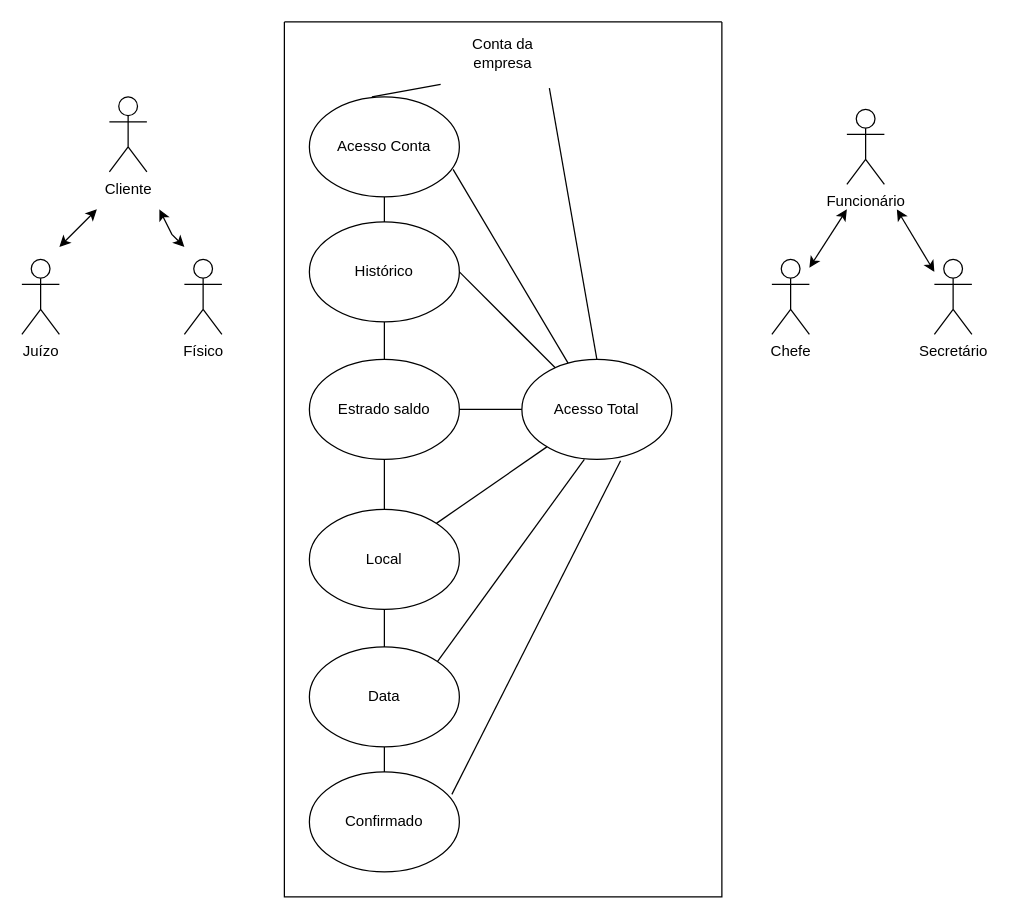
The draw.io diagram Casa-de-uso.drawio in gman2004-spec/Draw.io, before the edit. Source tidied: cells renumbered, new cells numbered last; positions are measured from the earlier drawing's top-left corner, leaving out a move shared by most shapes. Both pictures are drawn from the tidied source at 125%, with x=0, y=0 at pixel (21, 21).
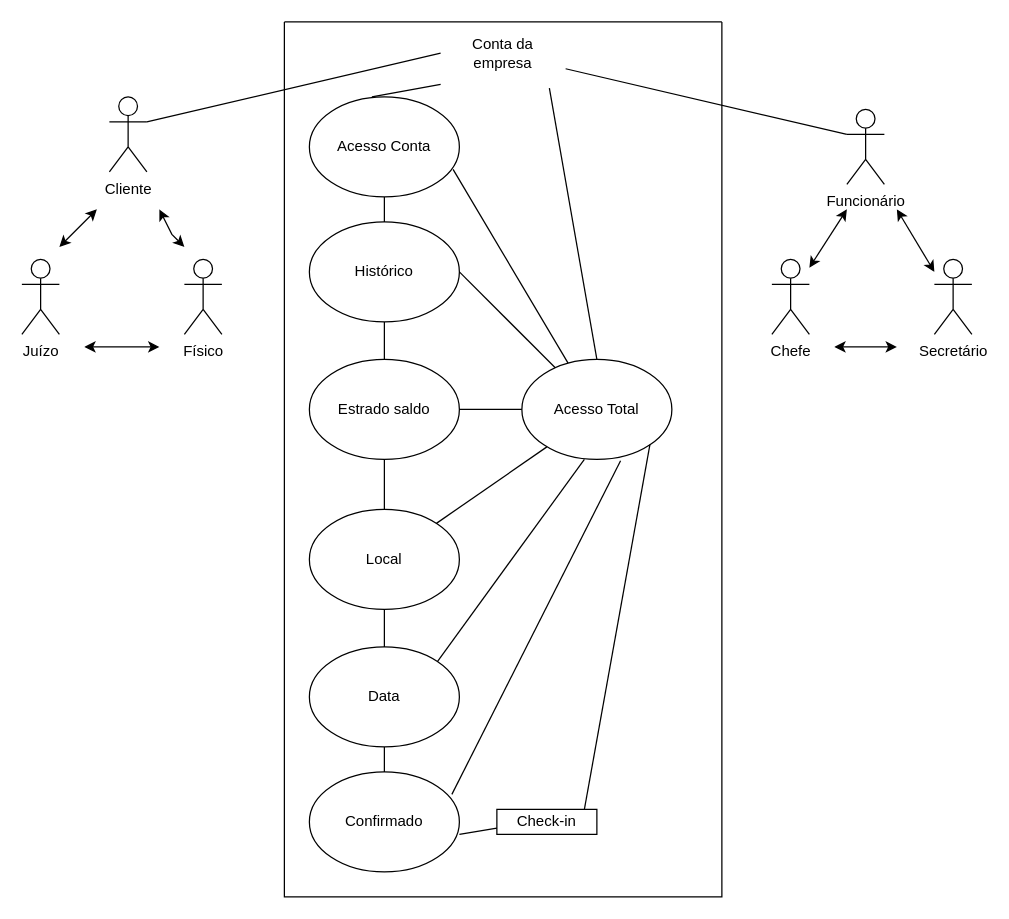
The same diagram, later.

Unchanged cells that the change refers to:
```xml
<mxCell id="2" style="swimlane;startSize=0;" parent="1" vertex="1">
  <mxGeometry x="210" width="350" height="700" as="geometry" />
</mxCell>
<mxCell id="9" value="Acesso Total" style="ellipse;whiteSpace=wrap;html=1;" parent="2" vertex="1">
  <mxGeometry x="190" y="270" width="120" height="80" as="geometry" />
</mxCell>
<mxCell id="10" value="Conta da empresa" style="text;html=1;align=center;verticalAlign=middle;whiteSpace=wrap;rounded=0;" parent="2" vertex="1">
  <mxGeometry x="125" width="100" height="50" as="geometry" />
</mxCell>
<mxCell id="24" value="Cliente" style="shape=umlActor;verticalLabelPosition=bottom;verticalAlign=top;html=1;" parent="1" vertex="1">
  <mxGeometry x="70" y="60" width="30" height="60" as="geometry" />
</mxCell>
<mxCell id="26" value="Funcionário" style="shape=umlActor;verticalLabelPosition=bottom;verticalAlign=top;html=1;" parent="1" vertex="1">
  <mxGeometry x="660" y="70" width="30" height="60" as="geometry" />
</mxCell>
```

What changed in the source:
```diff
@@
+    <mxCell id="34" value="Check-in" style="rounded=0;whiteSpace=wrap;html=1;" parent="2" vertex="1">
+      <mxGeometry x="170" y="630" width="80" height="20" as="geometry" />
+    </mxCell>
+    <mxCell id="35" style="endArrow=none;html=1;rounded=0;entryX=0;entryY=0.75;entryDx=0;entryDy=0;" parent="2" edge="1" target="34">
+      <mxGeometry relative="1" as="geometry">
+        <mxPoint x="140" y="650" as="sourcePoint" />
+      </mxGeometry>
+    </mxCell>
+    <mxCell id="36" style="endArrow=none;html=1;rounded=0;entryX=1;entryY=1;entryDx=0;entryDy=0;exitX=0.875;exitY=0;exitDx=0;exitDy=0;exitPerimeter=0;" parent="2" edge="1" source="34" target="9">
+      <mxGeometry relative="1" as="geometry" />
+    </mxCell>
@@
+    <mxCell id="37" style="endArrow=none;html=1;rounded=0;exitX=1;exitY=0.3333333333333333;exitDx=0;exitDy=0;exitPerimeter=0;entryX=0;entryY=0.5;entryDx=0;entryDy=0;" parent="1" edge="1" source="24" target="10">
+      <mxGeometry relative="1" as="geometry" />
+    </mxCell>
+    <mxCell id="38" style="endArrow=none;html=1;rounded=0;entryX=0;entryY=0.3333333333333333;entryDx=0;entryDy=0;entryPerimeter=0;exitX=1;exitY=0.75;exitDx=0;exitDy=0;" parent="1" edge="1" source="10" target="26">
+      <mxGeometry relative="1" as="geometry" />
+    </mxCell>
+    <mxCell id="39" style="endArrow=classic;startArrow=classic;html=1;rounded=0;" parent="1" edge="1">
+      <mxGeometry relative="1" as="geometry">
+        <mxPoint x="50" y="260" as="sourcePoint" />
+        <mxPoint x="110" y="260" as="targetPoint" />
+        <Array as="points">
+          <mxPoint x="80" y="260" />
+        </Array>
+      </mxGeometry>
+    </mxCell>
+    <mxCell id="40" style="endArrow=classic;startArrow=classic;html=1;rounded=0;" parent="1" edge="1">
+      <mxGeometry relative="1" as="geometry">
+        <mxPoint x="650" y="260" as="sourcePoint" />
+        <mxPoint x="700" y="260" as="targetPoint" />
+      </mxGeometry>
+    </mxCell>
```
